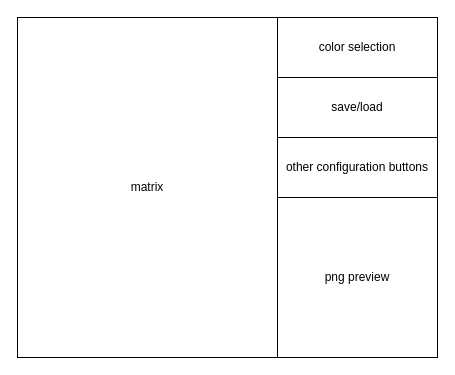
Before: page "gui" (2 of 2) of plan/rgb_controller.drawio in dpenebac/dejarik, a draw.io diagram. Source tidied: cells renumbered, new cells numbered last; positions are measured from the earlier drawing's top-left corner, leaving out a move shared by most shapes. Both pictures are drawn from the tidied source at 100%, with x=0, y=0 at pixel (17, 17).
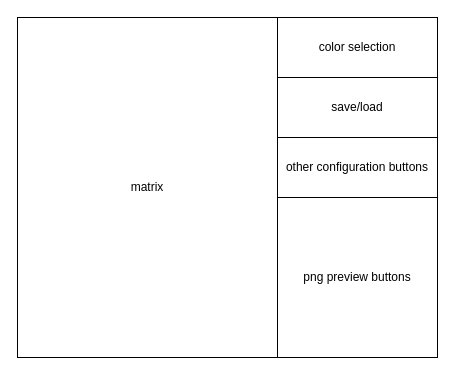
The same diagram, later.

The edit, as a diff of the source:
```diff
@@
 <mxGraphModel>
   <root>
     <mxCell id="0" />
     <mxCell id="1" parent="0" />
     <mxCell id="2" value="matrix" style="rounded=0;whiteSpace=wrap;html=1;" parent="1" vertex="1">
       <mxGeometry width="260" height="340" as="geometry" />
     </mxCell>
     <mxCell id="3" value="color selection" style="rounded=0;whiteSpace=wrap;html=1;" parent="1" vertex="1">
       <mxGeometry x="260" width="160" height="60" as="geometry" />
     </mxCell>
     <mxCell id="4" value="save/load" style="rounded=0;whiteSpace=wrap;html=1;" parent="1" vertex="1">
       <mxGeometry x="260" y="60" width="160" height="60" as="geometry" />
     </mxCell>
-    <mxCell id="5" value="png preview" style="rounded=0;whiteSpace=wrap;html=1;" parent="1" vertex="1">
+    <mxCell id="5" value="png preview buttons" style="rounded=0;whiteSpace=wrap;html=1;" parent="1" vertex="1">
       <mxGeometry x="260" y="180" width="160" height="160" as="geometry" />
     </mxCell>
     <mxCell id="6" value="other configuration buttons" style="rounded=0;whiteSpace=wrap;html=1;" parent="1" vertex="1">
       <mxGeometry x="260" y="120" width="160" height="60" as="geometry" />
     </mxCell>
   </root>
 </mxGraphModel>
```
